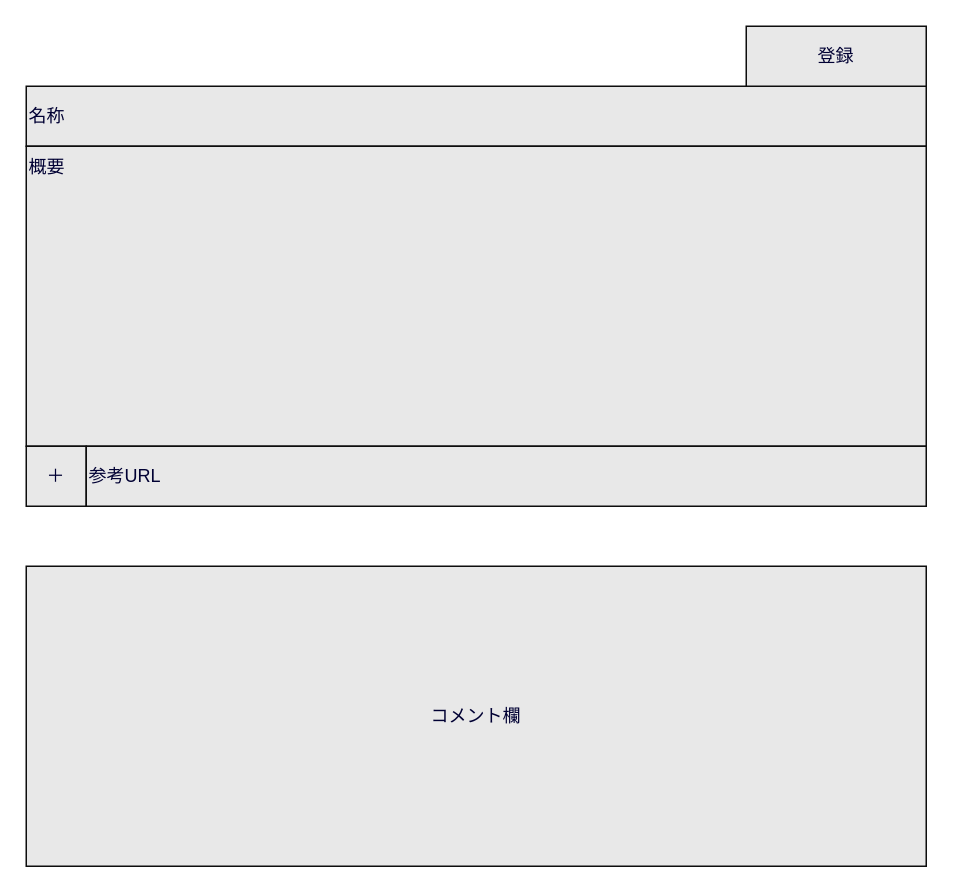
missyu3/our_trip_old keeps this draw.io diagram as page "旅行計画新規登録" (9 of 18) of doc/screen.dio. Above is the earlier version. Source tidied: cells renumbered, new cells numbered last; positions are measured from the earlier drawing's top-left corner, leaving out a move shared by most shapes. Both pictures are drawn from the tidied source at 150%, with x=0, y=0 at pixel (26, 26).
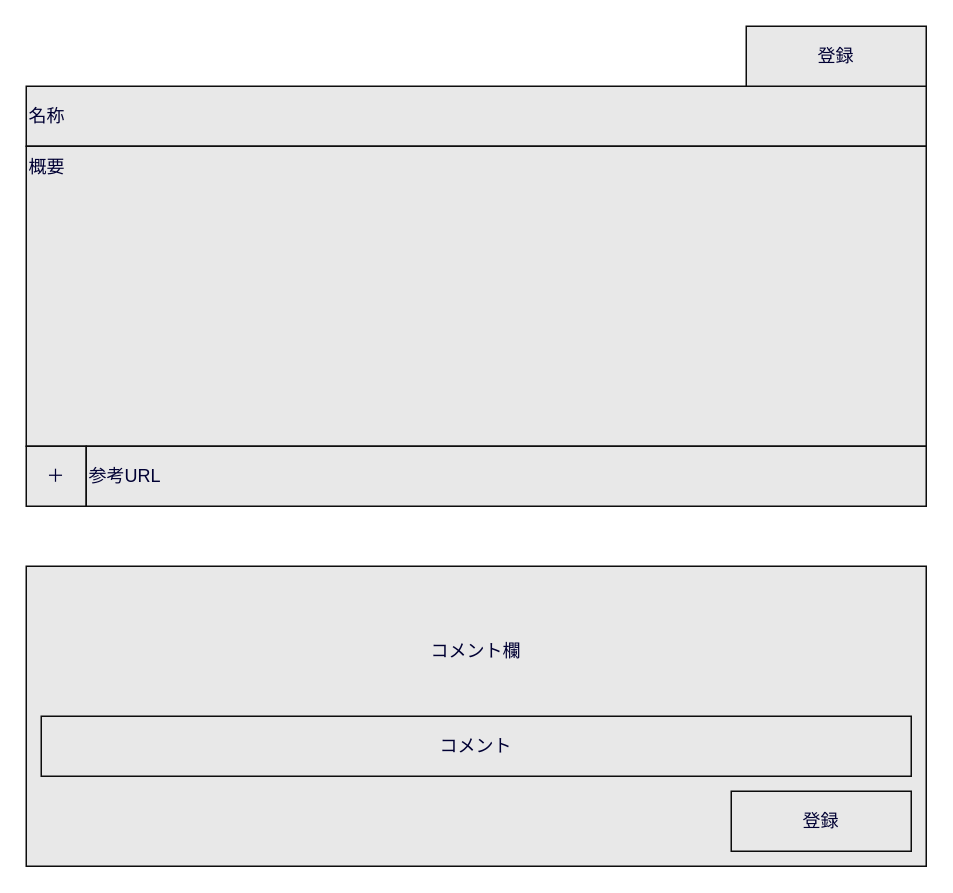
The same page after the edit.

What changed in the source:
```diff
@@
 <mxGraphModel>
   <root>
     <mxCell id="0" />
     <mxCell id="1" parent="0" />
     <mxCell id="2" value="名称" style="rounded=0;whiteSpace=wrap;html=1;fillColor=#E8E8E8;fontColor=#000033;strokeColor=#0D0D0D;align=left;" parent="1" vertex="1">
       <mxGeometry y="40" width="600" height="40" as="geometry" />
     </mxCell>
     <mxCell id="3" value="概要" style="rounded=0;whiteSpace=wrap;html=1;fillColor=#E8E8E8;fontColor=#000033;strokeColor=#0D0D0D;align=left;verticalAlign=top;" parent="1" vertex="1">
       <mxGeometry y="80" width="600" height="200" as="geometry" />
     </mxCell>
     <mxCell id="4" value="登録" style="rounded=0;whiteSpace=wrap;html=1;fillColor=#E8E8E8;fontColor=#000033;strokeColor=#0D0D0D;align=center;" parent="1" vertex="1">
       <mxGeometry x="480" width="120" height="40" as="geometry" />
     </mxCell>
     <mxCell id="5" value="＋" style="rounded=0;whiteSpace=wrap;html=1;fillColor=#E8E8E8;fontColor=#000033;strokeColor=#0D0D0D;align=center;" parent="1" vertex="1">
       <mxGeometry y="280" width="40" height="40" as="geometry" />
     </mxCell>
     <mxCell id="6" value="参考URL" style="rounded=0;whiteSpace=wrap;html=1;fillColor=#E8E8E8;fontColor=#000033;strokeColor=#0D0D0D;align=left;" parent="1" vertex="1">
       <mxGeometry x="40" y="280" width="560" height="40" as="geometry" />
     </mxCell>
-    <mxCell id="7" value="コメント欄" style="rounded=0;whiteSpace=wrap;html=1;fillColor=#E8E8E8;fontColor=#000033;strokeColor=#0D0D0D;align=center;" parent="1" vertex="1">
+    <mxCell id="7" value="&lt;br&gt;&lt;br&gt;&lt;br&gt;コメント欄" style="rounded=0;whiteSpace=wrap;html=1;fillColor=#E8E8E8;fontColor=#000033;strokeColor=#0D0D0D;align=center;verticalAlign=top;" parent="1" vertex="1">
       <mxGeometry y="360" width="600" height="200" as="geometry" />
     </mxCell>
+    <mxCell id="8" value="登録" style="rounded=0;whiteSpace=wrap;html=1;fillColor=#E8E8E8;fontColor=#000033;strokeColor=#0D0D0D;align=center;" parent="1" vertex="1">
+      <mxGeometry x="470" y="510" width="120" height="40" as="geometry" />
+    </mxCell>
+    <mxCell id="9" value="コメント" style="rounded=0;whiteSpace=wrap;html=1;fillColor=#E8E8E8;fontColor=#000033;strokeColor=#0D0D0D;align=center;" parent="1" vertex="1">
+      <mxGeometry x="10" y="460" width="580" height="40" as="geometry" />
+    </mxCell>
   </root>
 </mxGraphModel>
```
